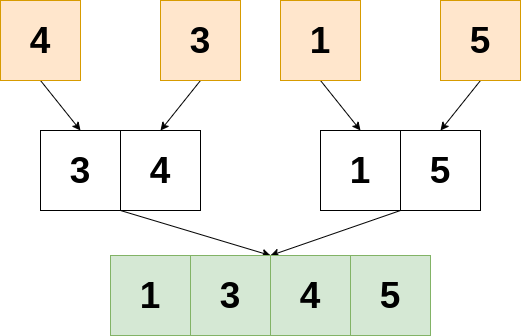
This is assets/images/algorithm/sorting/merge2.png from rolemadelen/euisblue.github.io, a draw.io export, as it was before one commit. Source tidied: cells renumbered, new cells last; positions are measured from the earlier drawing's top-left corner, leaving out a move shared by most shapes. The source it was exported from:
```xml
<mxGraphModel>
  <root>
    <mxCell id="0" />
    <mxCell id="1" parent="0" />
    <mxCell id="2" style="edgeStyle=none;rounded=0;jettySize=auto;html=1;exitX=0.5;exitY=1;exitDx=0;exitDy=0;entryX=0.5;entryY=0;entryDx=0;entryDy=0;" parent="1" edge="1" source="3" target="10">
      <mxGeometry relative="1" as="geometry" />
    </mxCell>
    <mxCell id="3" value="&lt;font style=&quot;font-size: 37px&quot;&gt;&lt;b&gt;4&lt;/b&gt;&lt;/font&gt;" style="whiteSpace=wrap;html=1;fillColor=#ffe6cc;strokeColor=#d79b00;" parent="1" vertex="1">
      <mxGeometry width="80" height="80" as="geometry" />
    </mxCell>
    <mxCell id="4" style="edgeStyle=none;rounded=0;jettySize=auto;html=1;exitX=0.5;exitY=1;exitDx=0;exitDy=0;entryX=0.5;entryY=0;entryDx=0;entryDy=0;" parent="1" edge="1" source="5" target="12">
      <mxGeometry relative="1" as="geometry" />
    </mxCell>
    <mxCell id="5" value="&lt;font style=&quot;font-size: 37px&quot;&gt;&lt;b&gt;3&lt;br&gt;&lt;/b&gt;&lt;/font&gt;" style="whiteSpace=wrap;html=1;fillColor=#ffe6cc;strokeColor=#d79b00;" parent="1" vertex="1">
      <mxGeometry x="160" width="80" height="80" as="geometry" />
    </mxCell>
    <mxCell id="6" style="edgeStyle=none;rounded=0;jettySize=auto;html=1;exitX=0.5;exitY=1;exitDx=0;exitDy=0;entryX=0.5;entryY=0;entryDx=0;entryDy=0;" parent="1" edge="1" source="7" target="13">
      <mxGeometry relative="1" as="geometry" />
    </mxCell>
    <mxCell id="7" value="&lt;font style=&quot;font-size: 37px&quot;&gt;&lt;b&gt;1&lt;/b&gt;&lt;/font&gt;" style="whiteSpace=wrap;html=1;fillColor=#ffe6cc;strokeColor=#d79b00;" parent="1" vertex="1">
      <mxGeometry x="280" width="80" height="80" as="geometry" />
    </mxCell>
    <mxCell id="8" style="edgeStyle=none;rounded=0;jettySize=auto;html=1;exitX=0.5;exitY=1;exitDx=0;exitDy=0;entryX=0.5;entryY=0;entryDx=0;entryDy=0;" parent="1" edge="1" source="9" target="15">
      <mxGeometry relative="1" as="geometry" />
    </mxCell>
    <mxCell id="9" value="&lt;font style=&quot;font-size: 37px&quot;&gt;&lt;b&gt;5&lt;/b&gt;&lt;/font&gt;" style="whiteSpace=wrap;html=1;fillColor=#ffe6cc;strokeColor=#d79b00;" parent="1" vertex="1">
      <mxGeometry x="440" width="80" height="80" as="geometry" />
    </mxCell>
    <mxCell id="10" value="&lt;font style=&quot;font-size: 37px&quot;&gt;&lt;b&gt;3&lt;/b&gt;&lt;/font&gt;" style="whiteSpace=wrap;html=1;" parent="1" vertex="1">
      <mxGeometry x="40" y="130" width="80" height="80" as="geometry" />
    </mxCell>
    <mxCell id="11" style="edgeStyle=none;rounded=0;jettySize=auto;html=1;exitX=0;exitY=1;exitDx=0;exitDy=0;entryX=0;entryY=0;entryDx=0;entryDy=0;" parent="1" edge="1" source="12" target="18">
      <mxGeometry relative="1" as="geometry" />
    </mxCell>
    <mxCell id="12" value="&lt;font style=&quot;font-size: 37px&quot;&gt;&lt;b&gt;4&lt;br&gt;&lt;/b&gt;&lt;/font&gt;" style="whiteSpace=wrap;html=1;" parent="1" vertex="1">
      <mxGeometry x="120" y="130" width="80" height="80" as="geometry" />
    </mxCell>
    <mxCell id="13" value="&lt;font style=&quot;font-size: 37px&quot;&gt;&lt;b&gt;1&lt;/b&gt;&lt;/font&gt;" style="whiteSpace=wrap;html=1;" parent="1" vertex="1">
      <mxGeometry x="320" y="130" width="80" height="80" as="geometry" />
    </mxCell>
    <mxCell id="14" style="edgeStyle=none;rounded=0;jettySize=auto;html=1;exitX=0;exitY=1;exitDx=0;exitDy=0;entryX=0;entryY=0;entryDx=0;entryDy=0;" parent="1" edge="1" source="15" target="18">
      <mxGeometry relative="1" as="geometry" />
    </mxCell>
    <mxCell id="15" value="&lt;font style=&quot;font-size: 37px&quot;&gt;&lt;b&gt;5&lt;/b&gt;&lt;/font&gt;" style="whiteSpace=wrap;html=1;" parent="1" vertex="1">
      <mxGeometry x="400" y="130" width="80" height="80" as="geometry" />
    </mxCell>
    <mxCell id="16" value="&lt;font style=&quot;font-size: 37px&quot;&gt;&lt;b&gt;1&lt;/b&gt;&lt;/font&gt;" style="whiteSpace=wrap;html=1;fillColor=#d5e8d4;strokeColor=#82b366;" parent="1" vertex="1">
      <mxGeometry x="110" y="255" width="80" height="80" as="geometry" />
    </mxCell>
    <mxCell id="17" value="&lt;font style=&quot;font-size: 37px&quot;&gt;&lt;b&gt;3&lt;br&gt;&lt;/b&gt;&lt;/font&gt;" style="whiteSpace=wrap;html=1;fillColor=#d5e8d4;strokeColor=#82b366;" parent="1" vertex="1">
      <mxGeometry x="190" y="255" width="80" height="80" as="geometry" />
    </mxCell>
    <mxCell id="18" value="&lt;font style=&quot;font-size: 37px&quot;&gt;&lt;b&gt;4&lt;/b&gt;&lt;/font&gt;" style="whiteSpace=wrap;html=1;fillColor=#d5e8d4;strokeColor=#82b366;" parent="1" vertex="1">
      <mxGeometry x="270" y="255" width="80" height="80" as="geometry" />
    </mxCell>
    <mxCell id="19" value="&lt;font style=&quot;font-size: 37px&quot;&gt;&lt;b&gt;5&lt;/b&gt;&lt;/font&gt;" style="whiteSpace=wrap;html=1;fillColor=#d5e8d4;strokeColor=#82b366;" parent="1" vertex="1">
      <mxGeometry x="350" y="255" width="80" height="80" as="geometry" />
    </mxCell>
  </root>
</mxGraphModel>
```
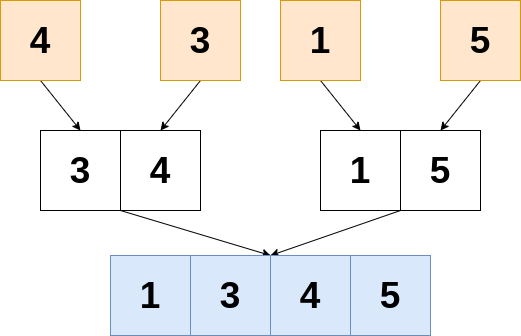
After the commit.

The edit, as a diff of the source:
```diff
@@ -44,16 +44,16 @@
     <mxCell id="15" value="&lt;font style=&quot;font-size: 37px&quot;&gt;&lt;b&gt;5&lt;/b&gt;&lt;/font&gt;" style="whiteSpace=wrap;html=1;" parent="1" vertex="1">
       <mxGeometry x="400" y="130" width="80" height="80" as="geometry" />
     </mxCell>
-    <mxCell id="16" value="&lt;font style=&quot;font-size: 37px&quot;&gt;&lt;b&gt;1&lt;/b&gt;&lt;/font&gt;" style="whiteSpace=wrap;html=1;fillColor=#d5e8d4;strokeColor=#82b366;" parent="1" vertex="1">
+    <mxCell id="16" value="&lt;font style=&quot;font-size: 37px&quot;&gt;&lt;b&gt;1&lt;/b&gt;&lt;/font&gt;" style="whiteSpace=wrap;html=1;fillColor=#dae8fc;strokeColor=#6c8ebf;" parent="1" vertex="1">
       <mxGeometry x="110" y="255" width="80" height="80" as="geometry" />
     </mxCell>
-    <mxCell id="17" value="&lt;font style=&quot;font-size: 37px&quot;&gt;&lt;b&gt;3&lt;br&gt;&lt;/b&gt;&lt;/font&gt;" style="whiteSpace=wrap;html=1;fillColor=#d5e8d4;strokeColor=#82b366;" parent="1" vertex="1">
+    <mxCell id="17" value="&lt;font style=&quot;font-size: 37px&quot;&gt;&lt;b&gt;3&lt;br&gt;&lt;/b&gt;&lt;/font&gt;" style="whiteSpace=wrap;html=1;fillColor=#dae8fc;strokeColor=#6c8ebf;" parent="1" vertex="1">
       <mxGeometry x="190" y="255" width="80" height="80" as="geometry" />
     </mxCell>
-    <mxCell id="18" value="&lt;font style=&quot;font-size: 37px&quot;&gt;&lt;b&gt;4&lt;/b&gt;&lt;/font&gt;" style="whiteSpace=wrap;html=1;fillColor=#d5e8d4;strokeColor=#82b366;" parent="1" vertex="1">
+    <mxCell id="18" value="&lt;font style=&quot;font-size: 37px&quot;&gt;&lt;b&gt;4&lt;/b&gt;&lt;/font&gt;" style="whiteSpace=wrap;html=1;fillColor=#dae8fc;strokeColor=#6c8ebf;" parent="1" vertex="1">
       <mxGeometry x="270" y="255" width="80" height="80" as="geometry" />
     </mxCell>
-    <mxCell id="19" value="&lt;font style=&quot;font-size: 37px&quot;&gt;&lt;b&gt;5&lt;/b&gt;&lt;/font&gt;" style="whiteSpace=wrap;html=1;fillColor=#d5e8d4;strokeColor=#82b366;" parent="1" vertex="1">
+    <mxCell id="19" value="&lt;font style=&quot;font-size: 37px&quot;&gt;&lt;b&gt;5&lt;/b&gt;&lt;/font&gt;" style="whiteSpace=wrap;html=1;fillColor=#dae8fc;strokeColor=#6c8ebf;" parent="1" vertex="1">
       <mxGeometry x="350" y="255" width="80" height="80" as="geometry" />
     </mxCell>
   </root>
```
